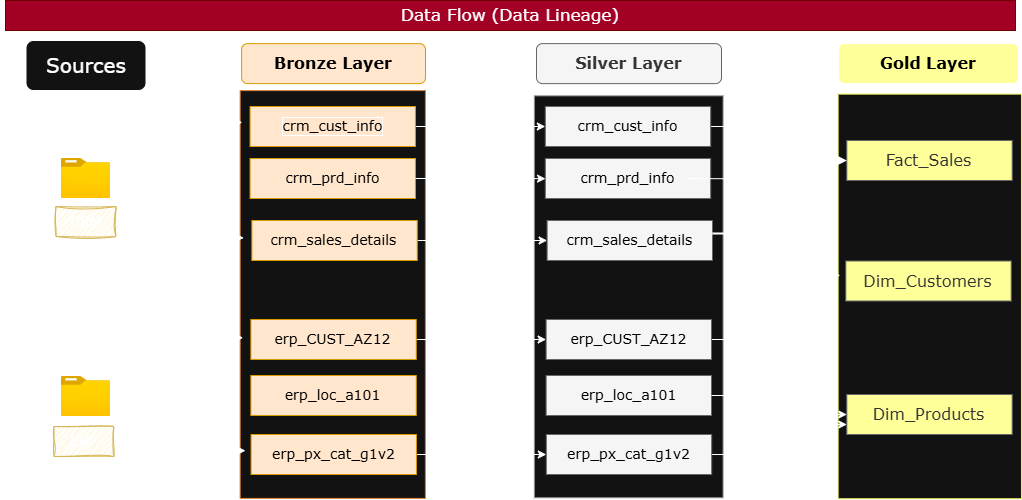
Before: Docs/4-Data_Flow.png, a diagram exported from draw.io (AhmedMMahrous/Sales-Data-Warehouse-Project). Source tidied: cells renumbered, new cells last; positions are measured from the earlier drawing's top-left corner, leaving out a move shared by most shapes.
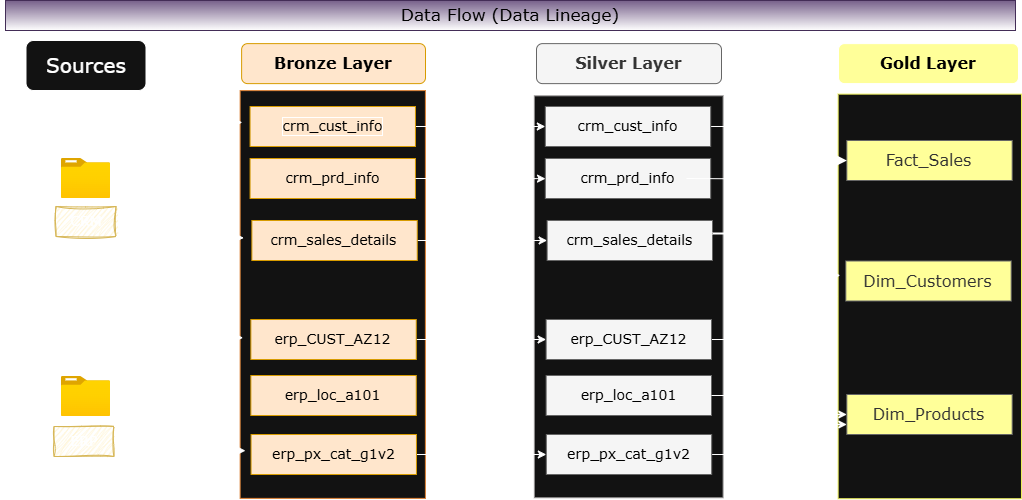
After the commit.

Diff of the diagram source:
```diff
@@ -150,7 +150,7 @@
         </Array>
       </mxGeometry>
     </mxCell>
-    <mxCell id="47" value="&lt;font face=&quot;Verdana&quot; style=&quot;font-size: 17px;&quot;&gt;Data Flow (Data Lineage)&lt;/font&gt;" style="rounded=0;whiteSpace=wrap;html=1;hachureGap=4;fontFamily=Architects Daughter;fontSource=https%3A%2F%2Ffonts.googleapis.com%2Fcss%3Ffamily%3DArchitects%2BDaughter;fillColor=#a20025;strokeColor=#6F0000;fontColor=#ffffff;" parent="1" vertex="1">
+    <mxCell id="47" value="&lt;font face=&quot;Verdana&quot; style=&quot;font-size: 17px; color: rgb(0, 0, 0);&quot;&gt;Data Flow (Data Lineage)&lt;/font&gt;" style="rounded=0;whiteSpace=wrap;html=1;hachureGap=4;fontFamily=Architects Daughter;fontSource=https%3A%2F%2Ffonts.googleapis.com%2Fcss%3Ffamily%3DArchitects%2BDaughter;fillColor=#76608a;strokeColor=#432D57;fontColor=#ffffff;gradientColor=default;" parent="1" vertex="1">
       <mxGeometry x="135" width="1010" height="30" as="geometry" />
     </mxCell>
   </root>
```
